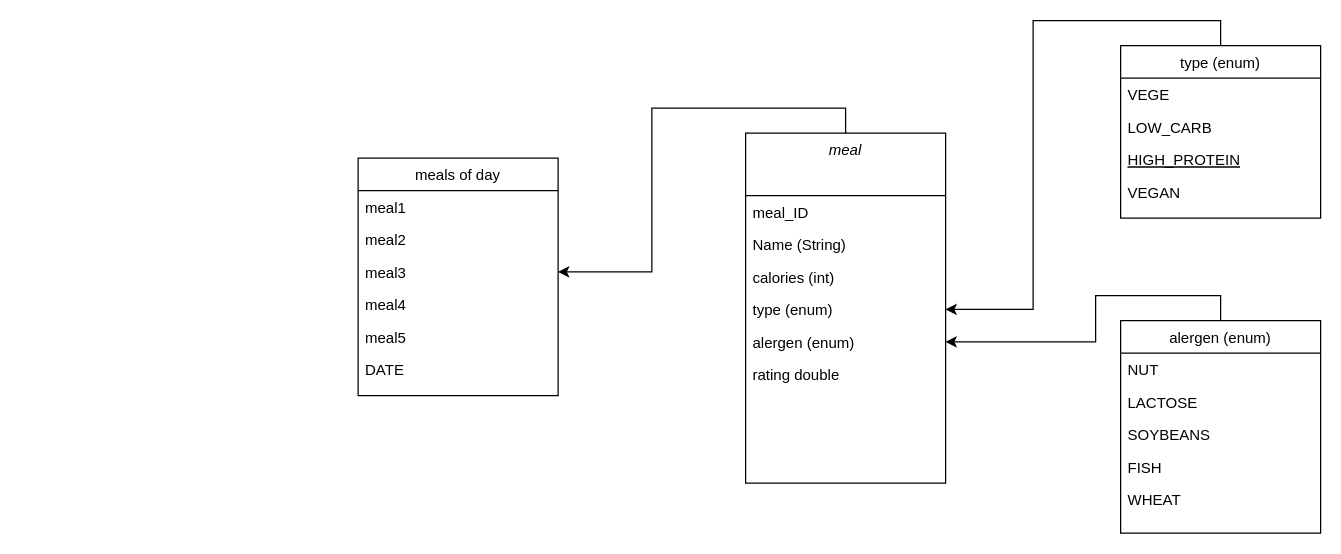
The draw.io diagram diagram/diagram.drawio in pawel-korniak/Food4Fit, before the edit. Source tidied: cells renumbered, new cells numbered last; positions are measured from the earlier drawing's top-left corner, leaving out a move shared by most shapes. Both pictures are drawn from the tidied source at 125%, with x=0, y=0 at pixel (358, 45).
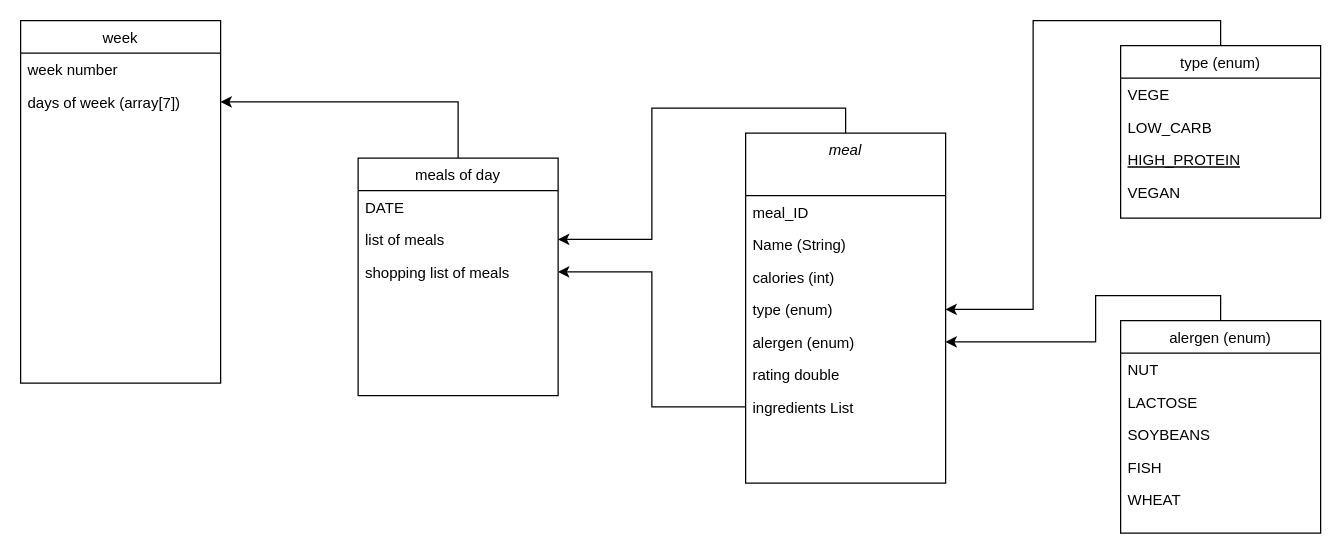
The same page after the edit.

Unchanged cells that the change refers to:
```xml
<mxCell id="3" value="meal" style="swimlane;fontStyle=2;align=center;verticalAlign=top;horizontal=1;startSize=50;rounded=0;shadow=0;strokeWidth=1;" parent="1" vertex="1">
  <mxGeometry x="310" y="70" width="160" height="280" as="geometry" />
</mxCell>
<mxCell id="22" value="meals of day" style="swimlane;fontStyle=0;align=center;verticalAlign=top;horizontal=1;startSize=26;rounded=0;shadow=0;strokeWidth=1;" parent="1" vertex="1">
  <mxGeometry y="90" width="160" height="190" as="geometry" />
</mxCell>
```

The edit, as a diff of the source:
```diff
@@
-    <mxCell id="2" style="edgeStyle=orthogonalEdgeStyle;rounded=0;jettySize=auto;html=1;exitX=0.5;exitY=0;exitDx=0;exitDy=0;" parent="1" edge="1" source="3" target="25">
+    <mxCell id="2" style="edgeStyle=orthogonalEdgeStyle;rounded=0;jettySize=auto;html=1;exitX=0.5;exitY=0;exitDx=0;exitDy=0;" parent="1" edge="1" source="3" target="32">
       <mxGeometry relative="1" as="geometry" />
     </mxCell>
@@
+    <mxCell id="30" value="ingredients List" style="text;align=left;verticalAlign=top;spacingLeft=4;spacingRight=4;overflow=hidden;points=[[0,0.5],[1,0.5]];portConstraint=eastwest;" parent="3" vertex="1">
+      <mxGeometry y="206" width="160" height="26" as="geometry" />
+    </mxCell>
@@
+    <mxCell id="31" style="edgeStyle=orthogonalEdgeStyle;rounded=0;jettySize=auto;html=1;" parent="1" edge="1" source="22" target="36">
+      <mxGeometry relative="1" as="geometry" />
+    </mxCell>
@@
-    <mxCell id="23" value="meal1" style="text;align=left;verticalAlign=top;spacingLeft=4;spacingRight=4;overflow=hidden;" parent="22" vertex="1">
-      <mxGeometry y="26" width="160" height="26" as="geometry" />
-    </mxCell>
-    <mxCell id="24" value="meal2" style="text;align=left;verticalAlign=top;spacingLeft=4;spacingRight=4;overflow=hidden;rounded=0;shadow=0;html=0;" parent="22" vertex="1">
-      <mxGeometry y="52" width="160" height="26" as="geometry" />
-    </mxCell>
-    <mxCell id="25" value="meal3" style="text;align=left;verticalAlign=top;spacingLeft=4;spacingRight=4;overflow=hidden;points=[[0,0.5],[1,0.5]];portConstraint=eastwest;rounded=0;shadow=0;html=0;" parent="22" vertex="1">
-      <mxGeometry y="78" width="160" height="26" as="geometry" />
-    </mxCell>
-    <mxCell id="26" value="meal4" style="text;align=left;verticalAlign=top;spacingLeft=4;spacingRight=4;overflow=hidden;rounded=0;shadow=0;html=0;" parent="22" vertex="1">
-      <mxGeometry y="104" width="160" height="26" as="geometry" />
-    </mxCell>
-    <mxCell id="27" value="meal5" style="text;align=left;verticalAlign=top;spacingLeft=4;spacingRight=4;overflow=hidden;rounded=0;shadow=0;html=0;" parent="22" vertex="1">
-      <mxGeometry y="130" width="160" height="26" as="geometry" />
-    </mxCell>
     <mxCell id="28" value="DATE" style="text;align=left;verticalAlign=top;spacingLeft=4;spacingRight=4;overflow=hidden;rounded=0;shadow=0;html=0;" parent="22" vertex="1">
-      <mxGeometry y="156" width="160" height="26" as="geometry" />
+      <mxGeometry y="26" width="160" height="26" as="geometry" />
     </mxCell>
+    <mxCell id="32" value="list of meals" style="text;align=left;verticalAlign=top;spacingLeft=4;spacingRight=4;overflow=hidden;points=[[0,0.5],[1,0.5]];portConstraint=eastwest;rounded=0;shadow=0;html=0;" parent="22" vertex="1">
+      <mxGeometry y="52" width="160" height="26" as="geometry" />
+    </mxCell>
+    <mxCell id="33" value="shopping list of meals" style="text;align=left;verticalAlign=top;spacingLeft=4;spacingRight=4;overflow=hidden;points=[[0,0.5],[1,0.5]];portConstraint=eastwest;rounded=0;shadow=0;html=0;" parent="22" vertex="1">
+      <mxGeometry y="78" width="160" height="26" as="geometry" />
+    </mxCell>
@@
+    <mxCell id="34" value="week" style="swimlane;fontStyle=0;align=center;verticalAlign=top;horizontal=1;startSize=26;rounded=0;shadow=0;strokeWidth=1;" parent="1" vertex="1">
+      <mxGeometry x="-270" y="-20" width="160" height="290" as="geometry" />
+    </mxCell>
+    <mxCell id="35" value="week number" style="text;align=left;verticalAlign=top;spacingLeft=4;spacingRight=4;overflow=hidden;rounded=0;shadow=0;html=0;" parent="34" vertex="1">
+      <mxGeometry y="26" width="160" height="26" as="geometry" />
+    </mxCell>
+    <mxCell id="36" value="days of week (array[7])" style="text;align=left;verticalAlign=top;spacingLeft=4;spacingRight=4;overflow=hidden;points=[[0,0.5],[1,0.5]];portConstraint=eastwest;rounded=0;shadow=0;html=0;" parent="34" vertex="1">
+      <mxGeometry y="52" width="160" height="26" as="geometry" />
+    </mxCell>
+    <mxCell id="37" style="edgeStyle=orthogonalEdgeStyle;rounded=0;jettySize=auto;html=1;" parent="1" edge="1" source="30" target="33">
+      <mxGeometry relative="1" as="geometry" />
+    </mxCell>
```
